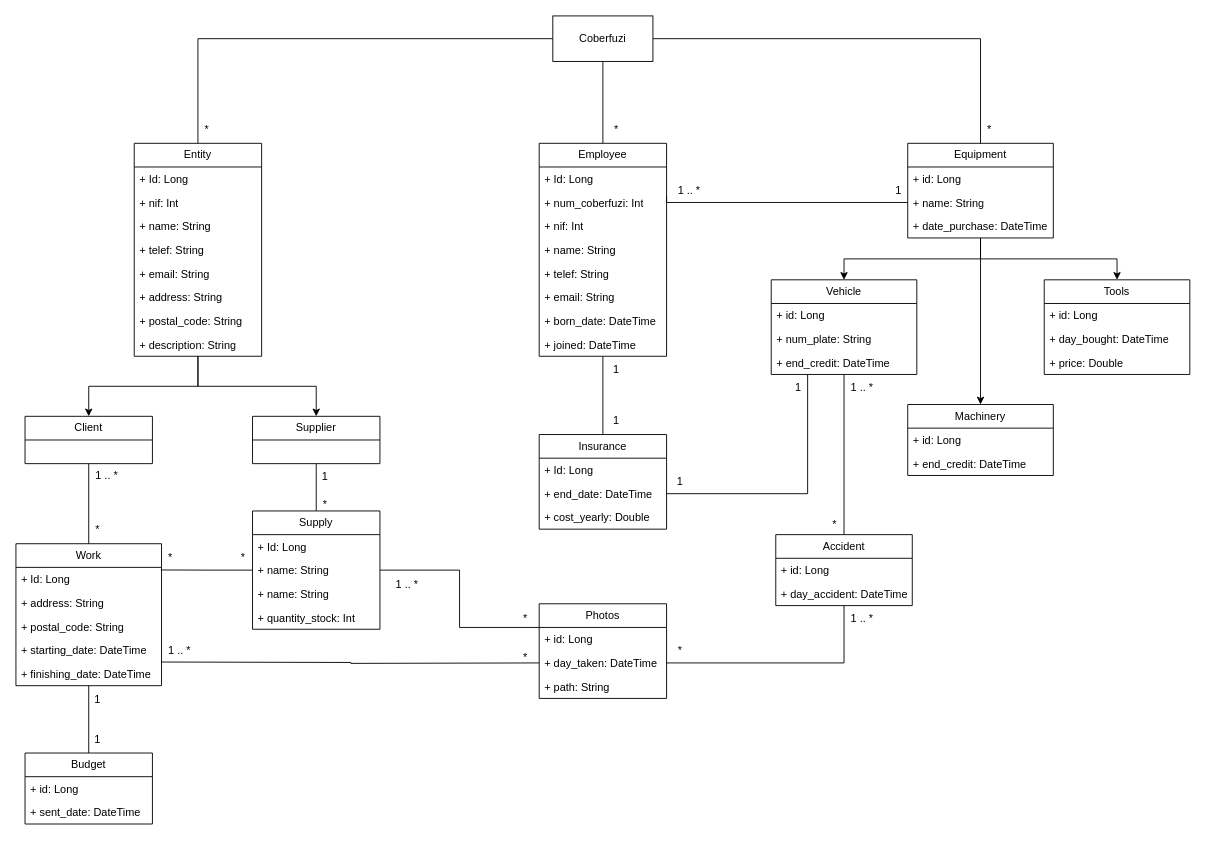
This is page "Domain Model - With Quantities" (2 of 3) of CoberfuziFileManager.drawio from Nickhsu11/CoberfuziFileManager, a draw.io file, before an edit. Source tidied: cells renumbered, new cells numbered last; positions are measured from the earlier drawing's top-left corner, leaving out a move shared by most shapes. Both pictures are drawn from the tidied source at 91%, with x=0, y=0 at pixel (15, 15).
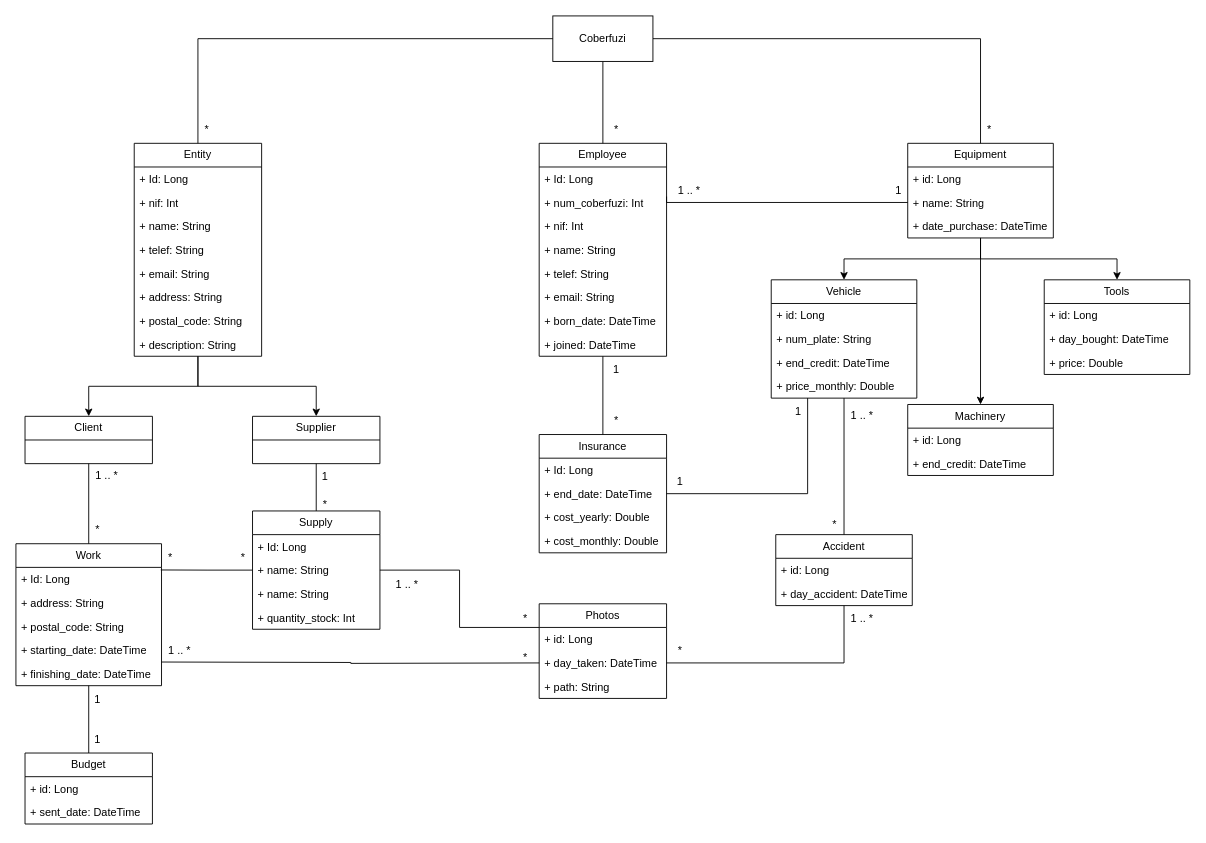
Above is the later version.

Diff of the diagram source:
```diff
@@
     <mxCell id="47" value="Insurance" style="swimlane;fontStyle=0;horizontal=1;startSize=26;fillColor=none;whiteSpace=wrap;html=1;" parent="1" vertex="1">
-      <mxGeometry x="575" y="460" width="140" height="104" as="geometry" />
+      <mxGeometry x="575" y="460" width="140" height="130" as="geometry" />
     </mxCell>
@@
+    <mxCell id="108" value="+ cost_monthly: Double" style="text;strokeColor=none;fillColor=none;align=left;verticalAlign=top;spacingLeft=4;spacingRight=4;overflow=hidden;whiteSpace=wrap;html=1;" parent="47" vertex="1">
+      <mxGeometry y="104" width="140" height="26" as="geometry" />
+    </mxCell>
@@
     <mxCell id="60" value="Vehicle" style="swimlane;fontStyle=0;horizontal=1;startSize=26;fillColor=none;whiteSpace=wrap;html=1;" parent="1" vertex="1">
-      <mxGeometry x="830" y="290" width="160" height="104" as="geometry" />
+      <mxGeometry x="830" y="290" width="160" height="130" as="geometry" />
     </mxCell>
@@
+    <mxCell id="109" value="+ price_monthly: Double" style="text;strokeColor=none;fillColor=none;align=left;verticalAlign=top;spacingLeft=4;spacingRight=4;overflow=hidden;whiteSpace=wrap;html=1;" parent="60" vertex="1">
+      <mxGeometry y="104" width="160" height="26" as="geometry" />
+    </mxCell>
@@
     <mxCell id="101" value="1 .. *" style="text;strokeColor=none;align=center;fillColor=none;html=1;verticalAlign=middle;whiteSpace=wrap;rounded=0;" parent="1" vertex="1">
-      <mxGeometry x="900" y="394" width="60" height="30" as="geometry" />
+      <mxGeometry x="900" y="424" width="60" height="30" as="geometry" />
     </mxCell>
     <mxCell id="102" value="1" style="text;strokeColor=none;align=center;fillColor=none;html=1;verticalAlign=middle;whiteSpace=wrap;rounded=0;" parent="1" vertex="1">
-      <mxGeometry x="830" y="394" width="60" height="30" as="geometry" />
+      <mxGeometry x="830" y="420" width="60" height="30" as="geometry" />
     </mxCell>
@@
-    <mxCell id="105" value="1" style="text;strokeColor=none;align=center;fillColor=none;html=1;verticalAlign=middle;whiteSpace=wrap;rounded=0;" parent="1" vertex="1">
+    <mxCell id="105" value="*" style="text;strokeColor=none;align=center;fillColor=none;html=1;verticalAlign=middle;whiteSpace=wrap;rounded=0;" parent="1" vertex="1">
       <mxGeometry x="630" y="430" width="60" height="30" as="geometry" />
     </mxCell>
```
